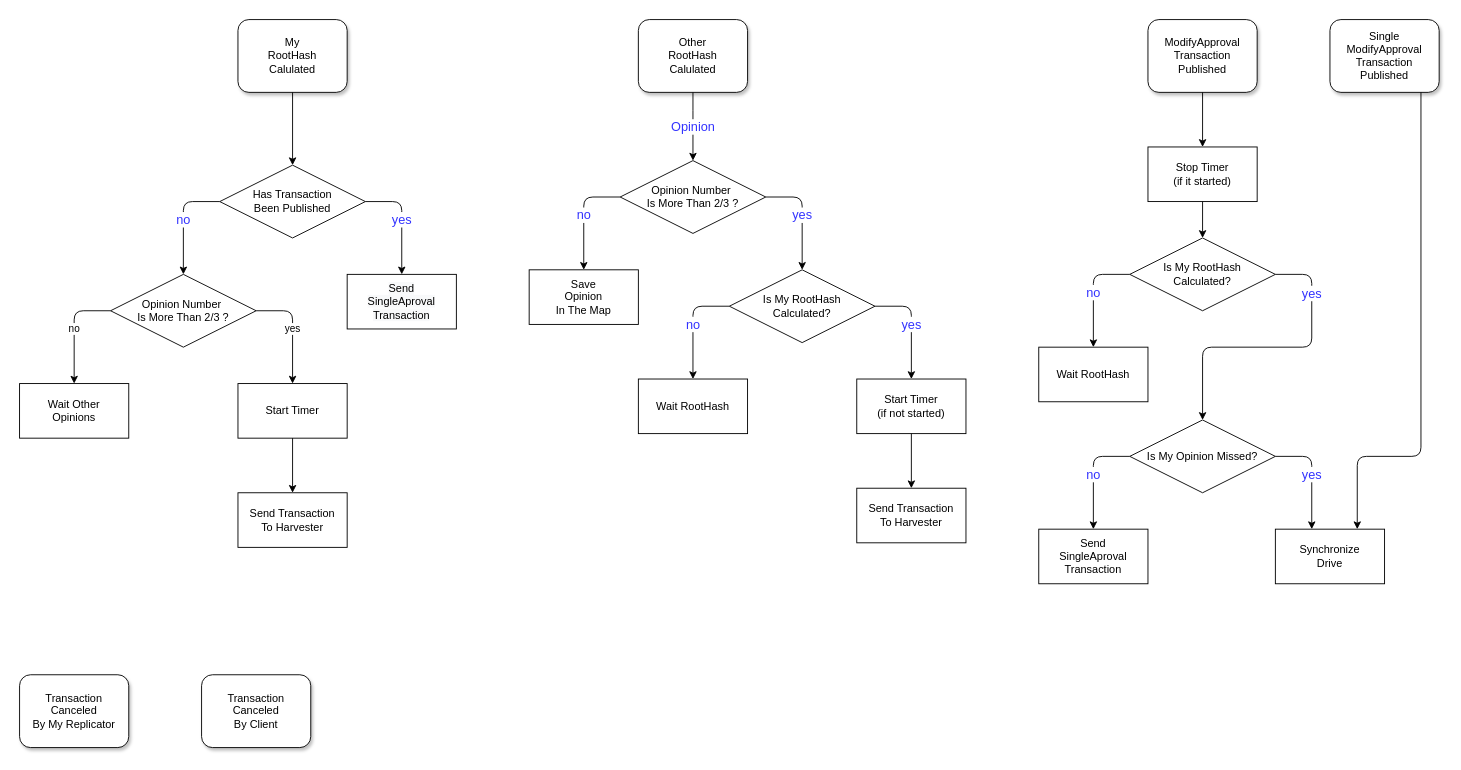
Earlier version of the draw.io diagram docs/ModifyApproving.drawio (proximax-storage/cpp-xpx-storage-sdk). Source tidied: cells renumbered, new cells numbered last; positions are measured from the earlier drawing's top-left corner, leaving out a move shared by most shapes. Both pictures are drawn from the tidied source at 91%, with x=0, y=0 at pixel (19, 19).
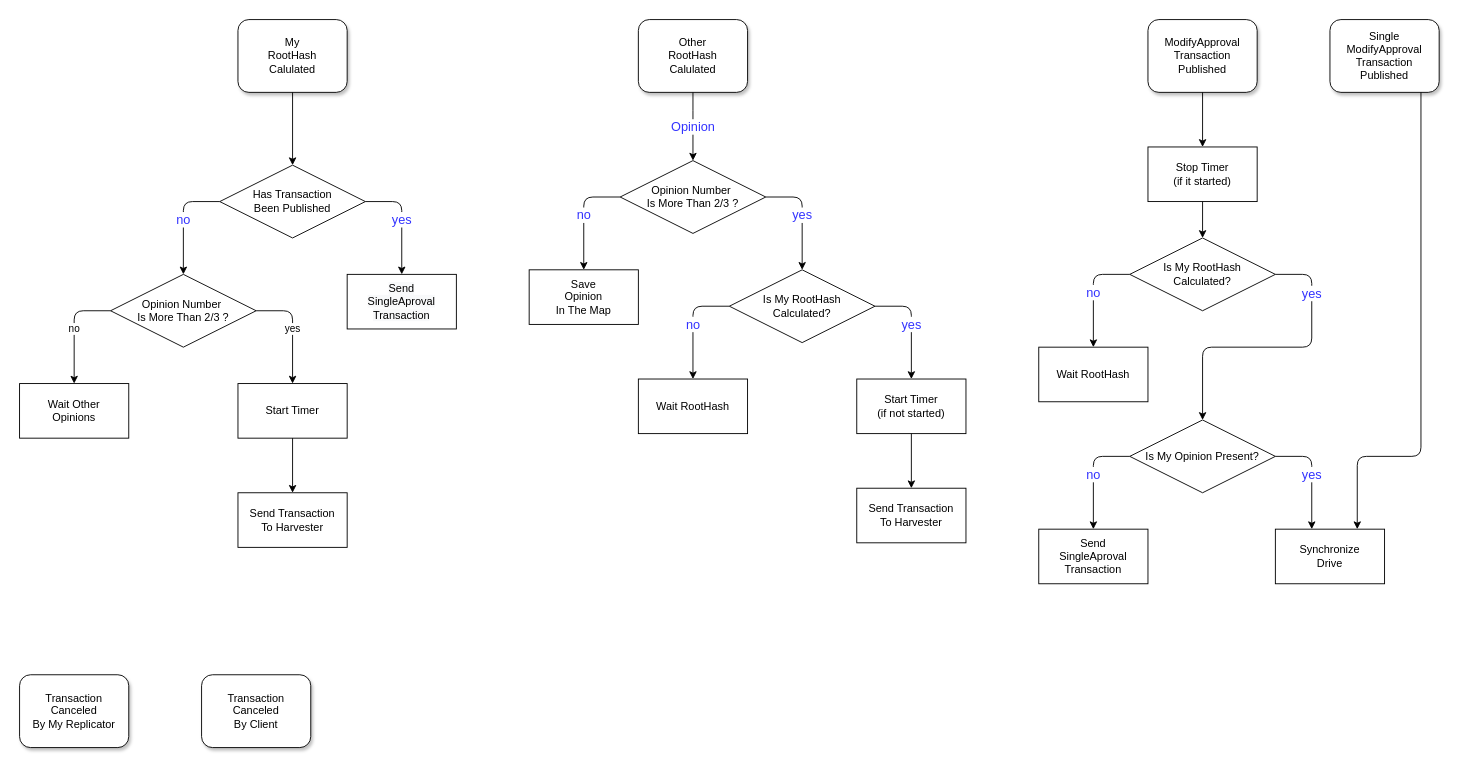
The same page after the edit.

Commit message (it also covers changes not shown here):
opinion exchange (not completed)

What changed in the source:
```diff
@@
-    <mxCell id="38" value="Is My Opinion Missed?" style="rhombus;whiteSpace=wrap;html=1;" parent="1" vertex="1">
+    <mxCell id="38" value="Is My Opinion Present?" style="rhombus;whiteSpace=wrap;html=1;" parent="1" vertex="1">
       <mxGeometry x="1220" y="440" width="160" height="80" as="geometry" />
     </mxCell>
```
